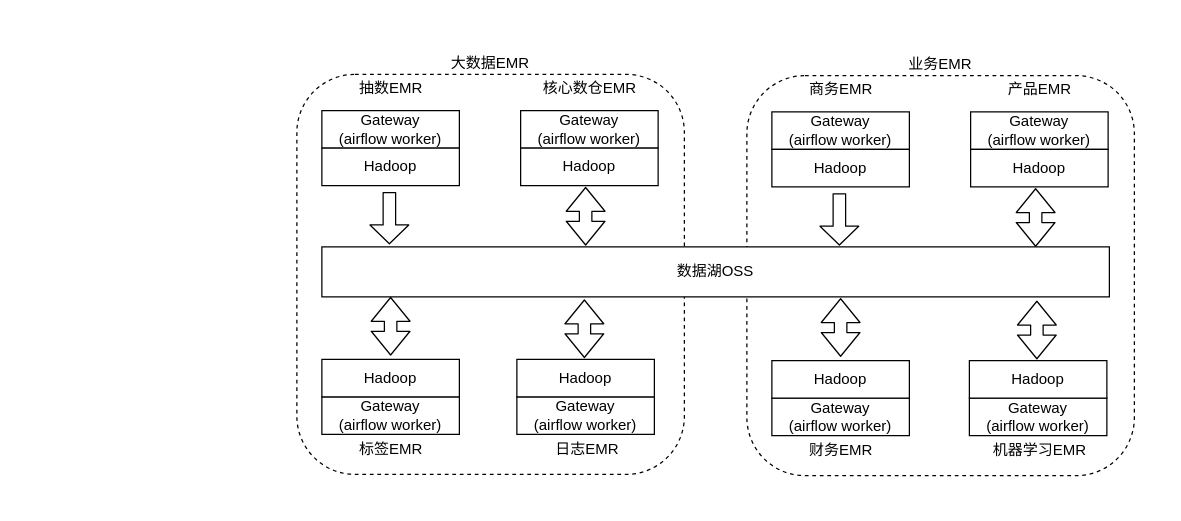
The draw.io diagram datalake.drawio in jimmycheng603/findmaven, before the edit. Source tidied: cells renumbered, new cells numbered last; positions are measured from the earlier drawing's top-left corner, leaving out a move shared by most shapes. Both pictures are drawn from the tidied source at 125%, with x=0, y=0 at pixel (296, 74).
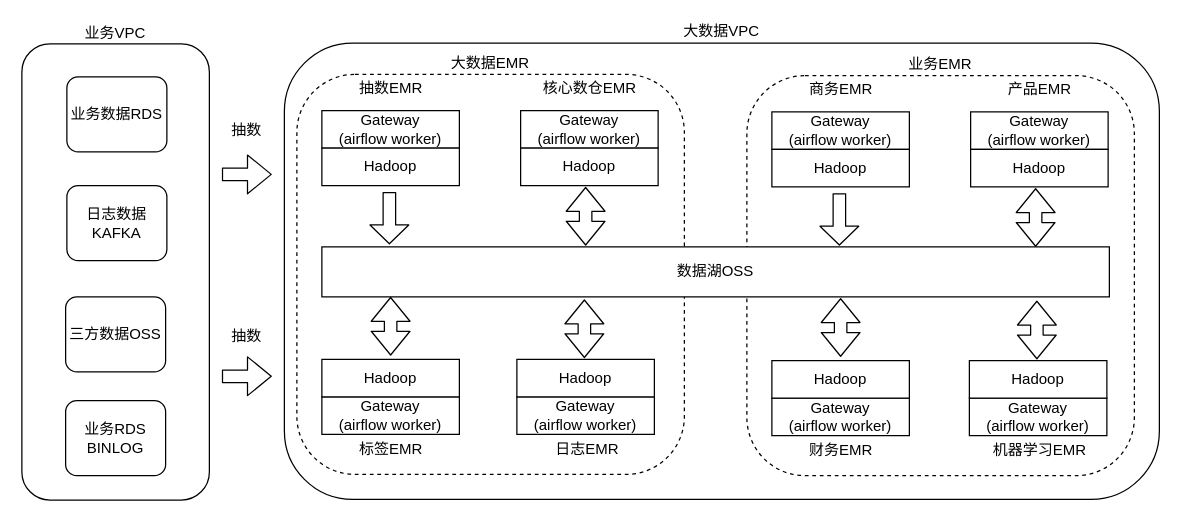
The same diagram, later.

What changed in the source:
```diff
@@
+    <mxCell id="45" value="业务VPC" style="rounded=1;whiteSpace=wrap;html=1;labelPosition=center;verticalLabelPosition=top;align=center;verticalAlign=bottom;" parent="1" vertex="1">
+      <mxGeometry x="-220" y="-24.5" width="150" height="365" as="geometry" />
+    </mxCell>
+    <mxCell id="46" value="大数据VPC" style="rounded=1;whiteSpace=wrap;html=1;labelPosition=center;verticalLabelPosition=top;align=center;verticalAlign=bottom;" parent="1" vertex="1">
+      <mxGeometry x="-10" y="-25" width="700" height="365" as="geometry" />
+    </mxCell>
@@
+    <mxCell id="47" value="业务数据RDS" style="rounded=1;whiteSpace=wrap;html=1;" parent="1" vertex="1">
+      <mxGeometry x="-184" y="2" width="80" height="60" as="geometry" />
+    </mxCell>
+    <mxCell id="48" value="三方数据OSS" style="rounded=1;whiteSpace=wrap;html=1;" parent="1" vertex="1">
+      <mxGeometry x="-185" y="178" width="80" height="60" as="geometry" />
+    </mxCell>
+    <mxCell id="49" style="shape=flexArrow;endArrow=classic;html=1;" parent="1" edge="1">
+      <mxGeometry relative="1" as="geometry">
+        <mxPoint x="-60" y="241.5" as="sourcePoint" />
+        <mxPoint x="-20" y="241.5" as="targetPoint" />
+      </mxGeometry>
+    </mxCell>
+    <mxCell id="50" style="shape=flexArrow;endArrow=classic;html=1;" parent="1" edge="1">
+      <mxGeometry relative="1" as="geometry">
+        <mxPoint x="-60" y="80" as="sourcePoint" />
+        <mxPoint x="-20" y="80" as="targetPoint" />
+      </mxGeometry>
+    </mxCell>
+    <mxCell id="51" value="抽数" style="text;html=1;strokeColor=none;fillColor=none;align=center;verticalAlign=middle;whiteSpace=wrap;rounded=0;" parent="1" vertex="1">
+      <mxGeometry x="-60" y="35" width="40" height="20" as="geometry" />
+    </mxCell>
+    <mxCell id="52" value="抽数" style="text;html=1;strokeColor=none;fillColor=none;align=center;verticalAlign=middle;whiteSpace=wrap;rounded=0;" parent="1" vertex="1">
+      <mxGeometry x="-60" y="200" width="40" height="20" as="geometry" />
+    </mxCell>
+    <mxCell id="53" value="日志数据KAFKA" style="rounded=1;whiteSpace=wrap;html=1;" parent="1" vertex="1">
+      <mxGeometry x="-184" y="89" width="80" height="60" as="geometry" />
+    </mxCell>
+    <mxCell id="54" value="业务RDS BINLOG" style="rounded=1;whiteSpace=wrap;html=1;" parent="1" vertex="1">
+      <mxGeometry x="-185" y="261" width="80" height="60" as="geometry" />
+    </mxCell>
```
